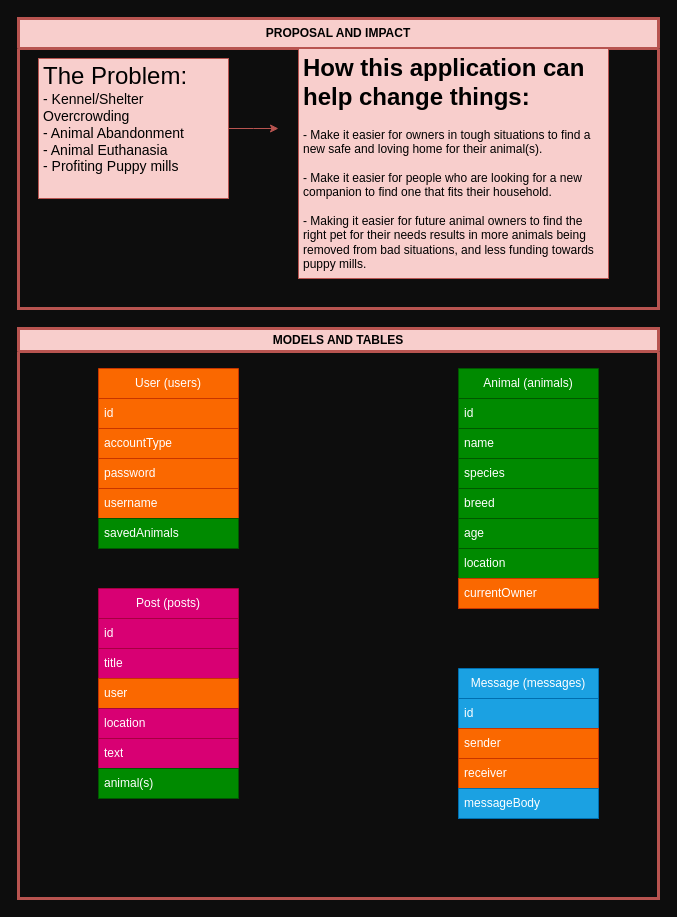
Above: Untitled Diagram.drawio in kammau/Animal-Share (draw.io), before the change. Source tidied: cells renumbered, new cells numbered last; positions are measured from the earlier drawing's top-left corner, leaving out a move shared by most shapes. Both pictures are drawn from the tidied source at 100%, with x=0, y=0 at pixel (18, 18).
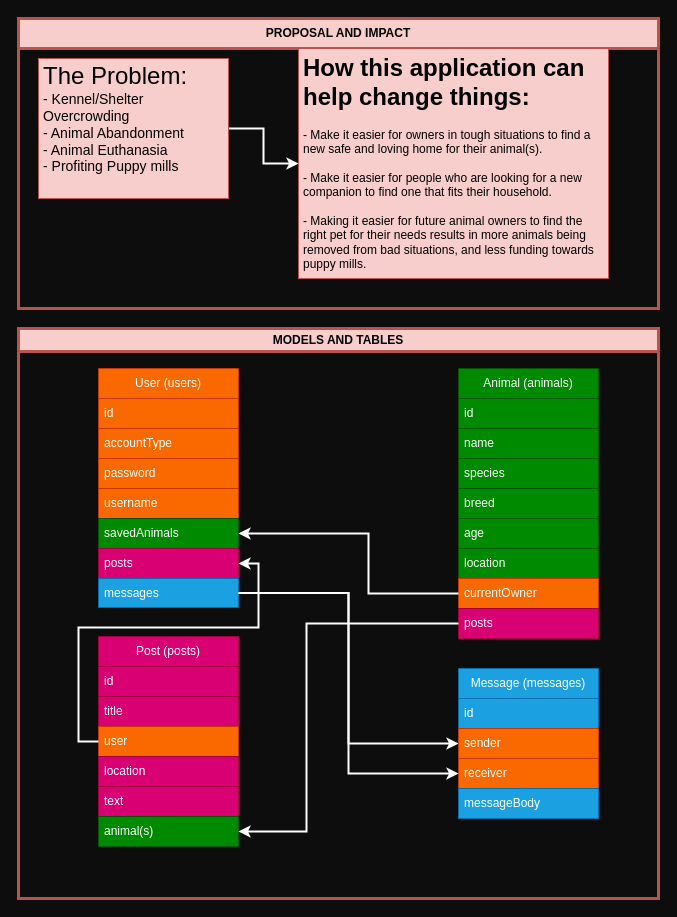
Above is the later version.

The change refers to these unchanged cells:
```xml
<mxCell id="2" value="PROPOSAL AND IMPACT" style="swimlane;whiteSpace=wrap;html=1;startSize=30;fillColor=#f8cecc;strokeColor=#b85450;strokeWidth=3;" parent="1" vertex="1">
  <mxGeometry width="640" height="290" as="geometry" />
</mxCell>
<mxCell id="3" value="&lt;h1&gt;How this application can help change things:&lt;/h1&gt;&lt;div&gt;- Make it easier for owners in tough situations to find a new safe and loving home for their animal(s).&lt;/div&gt;&lt;div&gt;&lt;br&gt;&lt;/div&gt;&lt;div&gt;- Make it easier for people who are looking for a new companion to find one that fits their household.&lt;/div&gt;&lt;div&gt;&lt;br&gt;&lt;/div&gt;&lt;div&gt;- Making it easier for future animal owners to find the right pet for their needs results in more animals being removed from bad situations, and less funding towards puppy mills.&lt;/div&gt;" style="text;html=1;strokeColor=#b85450;fillColor=#f8cecc;spacing=5;spacingTop=-20;whiteSpace=wrap;overflow=hidden;rounded=0;" parent="2" vertex="1">
  <mxGeometry x="280" y="30" width="310" height="230" as="geometry" />
</mxCell>
<mxCell id="5" value="&lt;br&gt;&lt;font style=&quot;font-size: 24px;&quot;&gt;The Problem:&lt;br&gt;&lt;/font&gt;&lt;font style=&quot;font-size: 14px;&quot;&gt;- Kennel/Shelter Overcrowding&lt;br&gt;- Animal Abandonment&lt;br&gt;- Animal Euthanasia&lt;br&gt;- Profiting Puppy mills&lt;/font&gt;" style="text;html=1;strokeColor=#b85450;fillColor=#f8cecc;spacing=5;spacingTop=-20;whiteSpace=wrap;overflow=hidden;rounded=0;" parent="2" vertex="1">
  <mxGeometry x="20" y="40" width="190" height="140" as="geometry" />
</mxCell>
<mxCell id="6" value="MODELS AND TABLES" style="swimlane;whiteSpace=wrap;html=1;fillColor=#f8cecc;strokeColor=#b85450;rounded=0;strokeWidth=3;" parent="1" vertex="1">
  <mxGeometry y="310" width="640" height="570" as="geometry" />
</mxCell>
<mxCell id="12" value="savedAnimals" style="text;strokeColor=#005700;fillColor=#008a00;align=left;verticalAlign=middle;spacingLeft=4;spacingRight=4;overflow=hidden;points=[[0,0.5],[1,0.5]];portConstraint=eastwest;whiteSpace=wrap;html=1;fontColor=#ffffff;" parent="7" vertex="1">
  <mxGeometry y="150" width="140" height="30" as="geometry" />
</mxCell>
<mxCell id="20" value="currentOwner" style="text;strokeColor=#C73500;fillColor=#fa6800;align=left;verticalAlign=middle;spacingLeft=4;spacingRight=4;overflow=hidden;points=[[0,0.5],[1,0.5]];portConstraint=eastwest;whiteSpace=wrap;html=1;fontColor=#FFFFFF;" parent="13" vertex="1">
  <mxGeometry y="210" width="140" height="30" as="geometry" />
</mxCell>
<mxCell id="24" value="user" style="text;strokeColor=#C73500;fillColor=#fa6800;align=left;verticalAlign=middle;spacingLeft=4;spacingRight=4;overflow=hidden;points=[[0,0.5],[1,0.5]];portConstraint=eastwest;whiteSpace=wrap;html=1;fontColor=#FFFFFF;" parent="21" vertex="1">
  <mxGeometry y="90" width="140" height="30" as="geometry" />
</mxCell>
<mxCell id="27" value="animal(s)" style="text;strokeColor=#005700;fillColor=#008a00;align=left;verticalAlign=middle;spacingLeft=4;spacingRight=4;overflow=hidden;points=[[0,0.5],[1,0.5]];portConstraint=eastwest;whiteSpace=wrap;html=1;fontColor=#ffffff;" parent="21" vertex="1">
  <mxGeometry y="180" width="140" height="30" as="geometry" />
</mxCell>
<mxCell id="30" value="sender" style="text;strokeColor=#C73500;fillColor=#fa6800;align=left;verticalAlign=middle;spacingLeft=4;spacingRight=4;overflow=hidden;points=[[0,0.5],[1,0.5]];portConstraint=eastwest;whiteSpace=wrap;html=1;fontColor=#FFFFFF;" parent="28" vertex="1">
  <mxGeometry y="60" width="140" height="30" as="geometry" />
</mxCell>
<mxCell id="31" value="receiver" style="text;strokeColor=#C73500;fillColor=#fa6800;align=left;verticalAlign=middle;spacingLeft=4;spacingRight=4;overflow=hidden;points=[[0,0.5],[1,0.5]];portConstraint=eastwest;whiteSpace=wrap;html=1;fontColor=#FFFFFF;" parent="28" vertex="1">
  <mxGeometry y="90" width="140" height="30" as="geometry" />
</mxCell>
```

Diff of the diagram source:
```diff
@@
-    <mxCell id="4" style="edgeStyle=orthogonalEdgeStyle;rounded=0;jettySize=auto;html=1;fillColor=#f8cecc;strokeColor=#b85450;" parent="2" edge="1" source="5">
-      <mxGeometry relative="1" as="geometry">
-        <mxPoint x="260" y="110" as="targetPoint" />
-      </mxGeometry>
-    </mxCell>
+    <mxCell id="33" style="edgeStyle=orthogonalEdgeStyle;rounded=0;jettySize=auto;html=1;strokeColor=#FFFFFF;strokeWidth=2;" parent="2" edge="1" source="5" target="3">
+      <mxGeometry relative="1" as="geometry" />
+    </mxCell>
@@
     <mxCell id="7" value="User (users)" style="swimlane;fontStyle=0;horizontal=1;startSize=30;whiteSpace=wrap;html=1;fillColor=#fa6800;strokeColor=#C73500;fontColor=#FFFFFF;" parent="6" vertex="1">
-      <mxGeometry x="80" y="40" width="140" height="180" as="geometry" />
+      <mxGeometry x="80" y="40" width="140" height="239" as="geometry" />
     </mxCell>
@@
+    <mxCell id="34" value="posts" style="text;strokeColor=#A50040;fillColor=#d80073;align=left;verticalAlign=middle;spacingLeft=4;spacingRight=4;overflow=hidden;points=[[0,0.5],[1,0.5]];portConstraint=eastwest;whiteSpace=wrap;html=1;fontColor=#ffffff;" parent="7" vertex="1">
+      <mxGeometry y="180" width="140" height="30" as="geometry" />
+    </mxCell>
+    <mxCell id="35" value="messages" style="text;strokeColor=#006EAF;fillColor=#1ba1e2;align=left;verticalAlign=middle;spacingLeft=4;spacingRight=4;overflow=hidden;points=[[0,0.5],[1,0.5]];portConstraint=eastwest;whiteSpace=wrap;html=1;fontColor=#ffffff;" parent="7" vertex="1">
+      <mxGeometry y="210" width="140" height="29" as="geometry" />
+    </mxCell>
     <mxCell id="13" value="Animal (animals)" style="swimlane;fontStyle=0;horizontal=1;startSize=30;whiteSpace=wrap;html=1;fillColor=#008a00;strokeColor=#005700;fontColor=#ffffff;" parent="6" vertex="1">
-      <mxGeometry x="440" y="40" width="140" height="240" as="geometry" />
+      <mxGeometry x="440" y="40" width="140" height="270" as="geometry" />
     </mxCell>
@@
+    <mxCell id="36" value="posts" style="text;strokeColor=#A50040;fillColor=#d80073;align=left;verticalAlign=middle;spacingLeft=4;spacingRight=4;overflow=hidden;points=[[0,0.5],[1,0.5]];portConstraint=eastwest;whiteSpace=wrap;html=1;fontColor=#ffffff;" parent="13" vertex="1">
+      <mxGeometry y="240" width="140" height="30" as="geometry" />
+    </mxCell>
     <mxCell id="21" value="Post (posts)" style="swimlane;fontStyle=0;horizontal=1;startSize=30;whiteSpace=wrap;html=1;fillColor=#d80073;strokeColor=#A50040;fontColor=#ffffff;" parent="6" vertex="1">
-      <mxGeometry x="80" y="260" width="140" height="210" as="geometry" />
+      <mxGeometry x="80" y="308" width="140" height="210" as="geometry" />
     </mxCell>
@@
+    <mxCell id="37" style="edgeStyle=orthogonalEdgeStyle;rounded=0;jettySize=auto;html=1;strokeColor=#FFFFFF;strokeWidth=2;" parent="6" edge="1" source="20" target="12">
+      <mxGeometry relative="1" as="geometry">
+        <Array as="points">
+          <mxPoint x="350" y="265" />
+          <mxPoint x="350" y="205" />
+        </Array>
+      </mxGeometry>
+    </mxCell>
+    <mxCell id="38" style="edgeStyle=orthogonalEdgeStyle;rounded=0;jettySize=auto;html=1;strokeColor=#FFFFFF;strokeWidth=2;" parent="6" edge="1" source="24" target="34">
+      <mxGeometry relative="1" as="geometry">
+        <Array as="points">
+          <mxPoint x="60" y="413" />
+          <mxPoint x="60" y="299" />
+          <mxPoint x="240" y="299" />
+          <mxPoint x="240" y="235" />
+        </Array>
+      </mxGeometry>
+    </mxCell>
+    <mxCell id="39" style="edgeStyle=orthogonalEdgeStyle;rounded=0;jettySize=auto;html=1;strokeColor=#FFFFFF;strokeWidth=2;" parent="6" edge="1" source="35" target="31">
+      <mxGeometry relative="1" as="geometry" />
+    </mxCell>
+    <mxCell id="40" style="edgeStyle=orthogonalEdgeStyle;rounded=0;jettySize=auto;html=1;strokeColor=#FFFFFF;strokeWidth=2;" parent="6" edge="1" source="35" target="30">
+      <mxGeometry relative="1" as="geometry" />
+    </mxCell>
+    <mxCell id="41" style="edgeStyle=orthogonalEdgeStyle;rounded=0;jettySize=auto;html=1;entryX=1;entryY=0.5;entryDx=0;entryDy=0;strokeColor=#FFFFFF;strokeWidth=2;" parent="6" edge="1" source="36" target="27">
+      <mxGeometry relative="1" as="geometry">
+        <Array as="points">
+          <mxPoint x="288" y="295" />
+          <mxPoint x="288" y="503" />
+        </Array>
+      </mxGeometry>
+    </mxCell>
```
